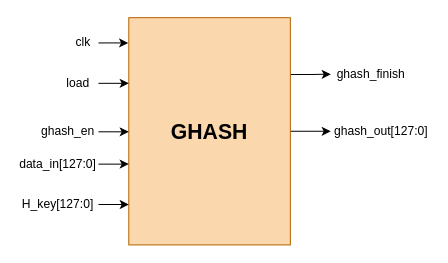
The draw.io diagram Quang Long/_drawio/GHASH high level.drawio in LQLManZz/AES128-Verilog, before the edit. Source tidied: cells renumbered, new cells numbered last; positions are measured from the earlier drawing's top-left corner, leaving out a move shared by most shapes. Both pictures are drawn from the tidied source at 101%, with x=0, y=0 at pixel (17, 17).
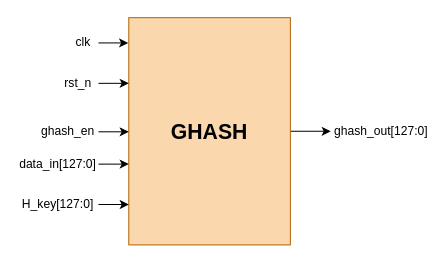
After the change.

What changed in the source:
```diff
@@
 <mxGraphModel>
   <root>
     <mxCell id="0" />
     <mxCell id="1" parent="0" />
     <mxCell id="2" style="edgeStyle=orthogonalEdgeStyle;rounded=0;jettySize=auto;html=1;exitX=1;exitY=0.5;exitDx=0;exitDy=0;entryX=0;entryY=0.5;entryDx=0;entryDy=0;" parent="1" edge="1" source="4" target="6">
       <mxGeometry relative="1" as="geometry" />
     </mxCell>
-    <mxCell id="3" style="edgeStyle=orthogonalEdgeStyle;rounded=0;jettySize=auto;html=1;exitX=1;exitY=0.25;exitDx=0;exitDy=0;entryX=0;entryY=0.5;entryDx=0;entryDy=0;" parent="1" edge="1" source="4" target="16">
-      <mxGeometry relative="1" as="geometry" />
-    </mxCell>
     <mxCell id="4" value="&lt;font style=&quot;font-size: 21px;&quot;&gt;&lt;b&gt;GHASH&lt;/b&gt;&lt;/font&gt;" style="rounded=0;whiteSpace=wrap;html=1;fillColor=#fad7ac;strokeColor=#b46504;" parent="1" vertex="1">
       <mxGeometry x="110" width="160" height="225" as="geometry" />
     </mxCell>
     <mxCell id="5" value="data_in[127:0]" style="text;html=1;whiteSpace=wrap;strokeColor=none;fillColor=none;align=center;verticalAlign=middle;rounded=0;" parent="1" vertex="1">
       <mxGeometry y="130" width="80" height="30" as="geometry" />
     </mxCell>
     <mxCell id="6" value="ghash_out[127:0]" style="text;html=1;whiteSpace=wrap;strokeColor=none;fillColor=none;align=center;verticalAlign=middle;rounded=0;" parent="1" vertex="1">
       <mxGeometry x="310" y="97.5" width="100" height="30" as="geometry" />
     </mxCell>
     <mxCell id="7" style="edgeStyle=orthogonalEdgeStyle;rounded=0;jettySize=auto;html=1;exitX=1;exitY=0.5;exitDx=0;exitDy=0;entryX=0;entryY=0.5;entryDx=0;entryDy=0;" parent="1" edge="1" source="8" target="4">
       <mxGeometry relative="1" as="geometry" />
     </mxCell>
     <mxCell id="8" value="ghash_en" style="text;html=1;whiteSpace=wrap;strokeColor=none;fillColor=none;align=center;verticalAlign=middle;rounded=0;" parent="1" vertex="1">
       <mxGeometry x="20" y="98" width="60" height="30" as="geometry" />
     </mxCell>
     <mxCell id="9" value="clk" style="text;html=1;whiteSpace=wrap;strokeColor=none;fillColor=none;align=center;verticalAlign=middle;rounded=0;" parent="1" vertex="1">
       <mxGeometry x="50" y="10" width="30" height="30" as="geometry" />
     </mxCell>
-    <mxCell id="10" value="load" style="text;html=1;whiteSpace=wrap;strokeColor=none;fillColor=none;align=center;verticalAlign=middle;rounded=0;" parent="1" vertex="1">
+    <mxCell id="10" value="rst_n" style="text;html=1;whiteSpace=wrap;strokeColor=none;fillColor=none;align=center;verticalAlign=middle;rounded=0;" parent="1" vertex="1">
       <mxGeometry x="40" y="50" width="40" height="30" as="geometry" />
     </mxCell>
     <mxCell id="11" value="H_key[127:0]" style="text;html=1;whiteSpace=wrap;strokeColor=none;fillColor=none;align=center;verticalAlign=middle;rounded=0;" parent="1" vertex="1">
       <mxGeometry y="170" width="80" height="30" as="geometry" />
     </mxCell>
     <mxCell id="12" style="edgeStyle=orthogonalEdgeStyle;rounded=0;jettySize=auto;html=1;exitX=1;exitY=0.5;exitDx=0;exitDy=0;entryX=-0.004;entryY=0.114;entryDx=0;entryDy=0;entryPerimeter=0;" parent="1" edge="1" source="9" target="4">
       <mxGeometry relative="1" as="geometry" />
     </mxCell>
     <mxCell id="13" style="edgeStyle=orthogonalEdgeStyle;rounded=0;jettySize=auto;html=1;exitX=1;exitY=0.5;exitDx=0;exitDy=0;entryX=0;entryY=0.291;entryDx=0;entryDy=0;entryPerimeter=0;" parent="1" edge="1" source="10" target="4">
       <mxGeometry relative="1" as="geometry" />
     </mxCell>
     <mxCell id="14" style="edgeStyle=orthogonalEdgeStyle;rounded=0;jettySize=auto;html=1;exitX=1;exitY=0.5;exitDx=0;exitDy=0;entryX=0;entryY=0.644;entryDx=0;entryDy=0;entryPerimeter=0;" parent="1" edge="1" source="5" target="4">
       <mxGeometry relative="1" as="geometry" />
     </mxCell>
     <mxCell id="15" style="edgeStyle=orthogonalEdgeStyle;rounded=0;jettySize=auto;html=1;exitX=1;exitY=0.5;exitDx=0;exitDy=0;entryX=0;entryY=0.822;entryDx=0;entryDy=0;entryPerimeter=0;" parent="1" edge="1" source="11" target="4">
       <mxGeometry relative="1" as="geometry" />
     </mxCell>
-    <mxCell id="16" value="ghash_finish" style="text;html=1;whiteSpace=wrap;strokeColor=none;fillColor=none;align=center;verticalAlign=middle;rounded=0;" parent="1" vertex="1">
-      <mxGeometry x="310" y="41" width="80" height="30" as="geometry" />
-    </mxCell>
   </root>
 </mxGraphModel>
```
